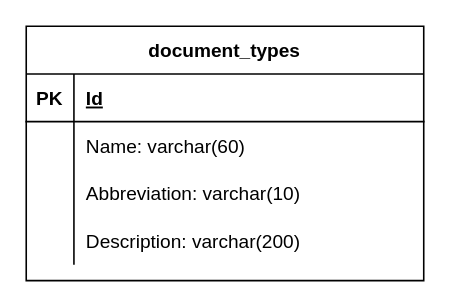
Before: Diagrams/EntityRelationshipDiagram.drawio in The-G-Man-Half-Life/PracticaMVC, a draw.io diagram. Source tidied: cells renumbered, new cells numbered last; positions are measured from the earlier drawing's top-left corner, leaving out a move shared by most shapes. Both pictures are drawn from the tidied source at 159%, with x=0, y=0 at pixel (25, 25).
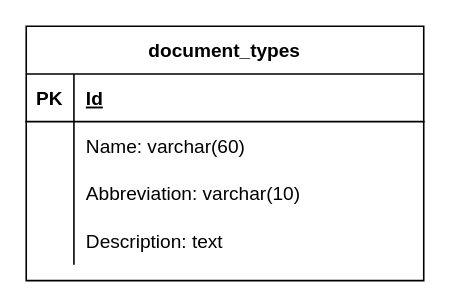
The same page after the edit.

Commit message:
fix: changed the kind of data of an element

Change to the diagram source:
```diff
@@
 <mxGraphModel>
   <root>
     <mxCell id="0" />
     <mxCell id="1" parent="0" />
     <mxCell id="2" value="document_types" style="shape=table;startSize=30;childLayout=tableLayout;rowLines=0;fontStyle=1;align=center;" parent="1" vertex="1">
       <mxGeometry width="250" height="160" as="geometry" />
     </mxCell>
     <mxCell id="3" style="shape=partialRectangle;fillColor=none;top=0;left=0;right=0;bottom=1;" parent="2" vertex="1">
       <mxGeometry y="30" width="250" height="30" as="geometry" />
     </mxCell>
     <mxCell id="4" value="PK" style="shape=partialRectangle;overflow=hidden;fillColor=none;top=0;left=0;bottom=0;right=0;fontStyle=1;" parent="3" vertex="1">
       <mxGeometry width="30" height="30" as="geometry" />
     </mxCell>
     <mxCell id="5" value="Id" style="shape=partialRectangle;overflow=hidden;fillColor=none;top=0;left=0;bottom=0;right=0;align=left;spacingLeft=6;fontStyle=5;" parent="3" vertex="1">
       <mxGeometry x="30" width="220" height="30" as="geometry" />
     </mxCell>
     <mxCell id="6" style="shape=partialRectangle;fillColor=none;top=0;left=0;right=0;bottom=0;" parent="2" vertex="1">
       <mxGeometry y="60" width="250" height="30" as="geometry" />
     </mxCell>
     <mxCell id="7" style="shape=partialRectangle;overflow=hidden;fillColor=none;top=0;left=0;bottom=0;right=0;" parent="6" vertex="1">
       <mxGeometry width="30" height="30" as="geometry" />
     </mxCell>
     <mxCell id="8" value="Name: varchar(60)" style="shape=partialRectangle;overflow=hidden;fillColor=none;top=0;left=0;bottom=0;right=0;align=left;spacingLeft=6;" parent="6" vertex="1">
       <mxGeometry x="30" width="220" height="30" as="geometry" />
     </mxCell>
     <mxCell id="9" style="shape=partialRectangle;fillColor=none;top=0;left=0;right=0;bottom=0;" parent="2" vertex="1">
       <mxGeometry y="90" width="250" height="30" as="geometry" />
     </mxCell>
     <mxCell id="10" style="shape=partialRectangle;overflow=hidden;fillColor=none;top=0;left=0;bottom=0;right=0;" parent="9" vertex="1">
       <mxGeometry width="30" height="30" as="geometry" />
     </mxCell>
     <mxCell id="11" value="Abbreviation: varchar(10)" style="shape=partialRectangle;overflow=hidden;fillColor=none;top=0;left=0;bottom=0;right=0;align=left;spacingLeft=6;" parent="9" vertex="1">
       <mxGeometry x="30" width="220" height="30" as="geometry" />
     </mxCell>
     <mxCell id="12" style="shape=partialRectangle;fillColor=none;top=0;left=0;right=0;bottom=0;" parent="2" vertex="1">
       <mxGeometry y="120" width="250" height="30" as="geometry" />
     </mxCell>
     <mxCell id="13" style="shape=partialRectangle;overflow=hidden;fillColor=none;top=0;left=0;bottom=0;right=0;" parent="12" vertex="1">
       <mxGeometry width="30" height="30" as="geometry" />
     </mxCell>
-    <mxCell id="14" value="Description: varchar(200)" style="shape=partialRectangle;overflow=hidden;fillColor=none;top=0;left=0;bottom=0;right=0;align=left;spacingLeft=6;" parent="12" vertex="1">
+    <mxCell id="14" value="Description: text" style="shape=partialRectangle;overflow=hidden;fillColor=none;top=0;left=0;bottom=0;right=0;align=left;spacingLeft=6;" parent="12" vertex="1">
       <mxGeometry x="30" width="220" height="30" as="geometry" />
     </mxCell>
   </root>
 </mxGraphModel>
```
